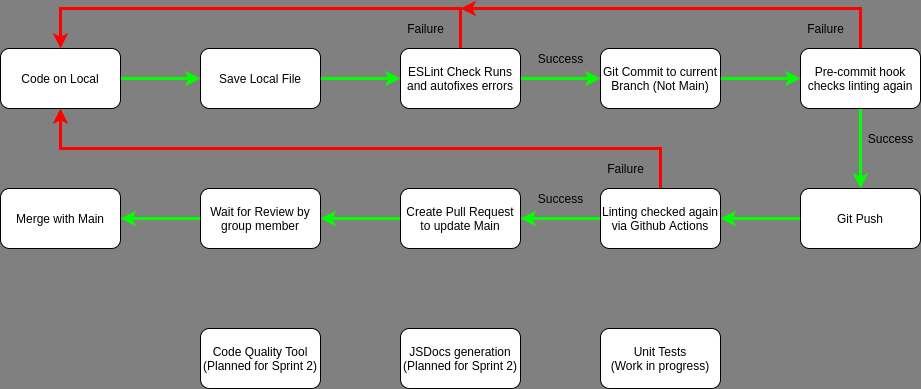
Earlier version of the draw.io export admin/cipipeline/phase1.drawio.png (cse110-sp21-group25/cse110-sp21-group25). Source tidied: cells renumbered, new cells last; positions are measured from the earlier drawing's top-left corner, leaving out a move shared by most shapes.
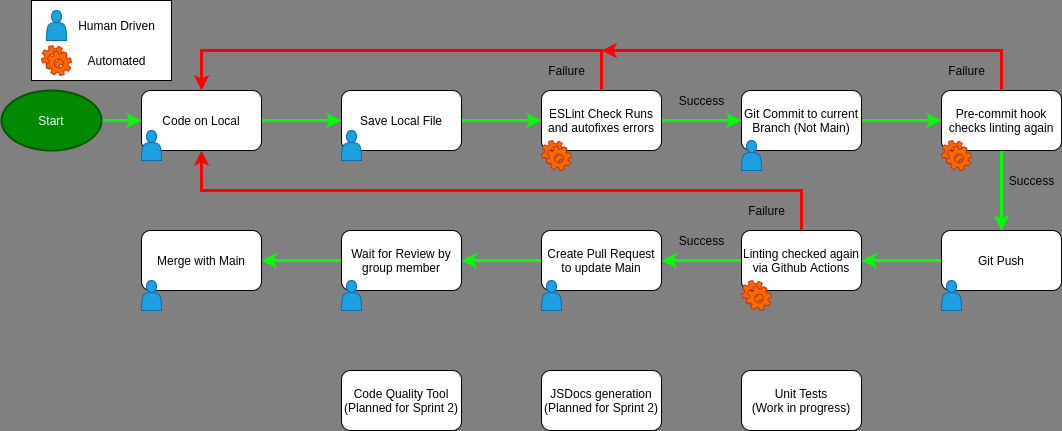
After the commit.

Commit message:
Updated diagram to include human driven and automated tasks

What changed in the source:
```diff
@@ -105,5 +105,59 @@
     <mxCell id="32" value="Unit Tests&lt;br&gt;(Work in progress)" style="rounded=1;whiteSpace=wrap;html=1;" parent="1" vertex="1">
       <mxGeometry x="600" y="320" width="120" height="60" as="geometry" />
     </mxCell>
+    <mxCell id="33" style="shape=actor;whiteSpace=wrap;html=1;fillColor=#1ba1e2;strokeColor=#006EAF;fontColor=#ffffff;" parent="1" vertex="1">
+      <mxGeometry y="80" width="20" height="30" as="geometry" />
+    </mxCell>
+    <mxCell id="34" style="shape=actor;whiteSpace=wrap;html=1;fillColor=#1ba1e2;strokeColor=#006EAF;fontColor=#ffffff;" parent="1" vertex="1">
+      <mxGeometry x="200" y="80" width="20" height="30" as="geometry" />
+    </mxCell>
+    <mxCell id="35" style="shape=actor;whiteSpace=wrap;html=1;fillColor=#1ba1e2;strokeColor=#006EAF;fontColor=#ffffff;" parent="1" vertex="1">
+      <mxGeometry x="800" y="230" width="20" height="30" as="geometry" />
+    </mxCell>
+    <mxCell id="36" style="shape=actor;whiteSpace=wrap;html=1;fillColor=#1ba1e2;strokeColor=#006EAF;fontColor=#ffffff;" parent="1" vertex="1">
+      <mxGeometry x="400" y="230" width="20" height="30" as="geometry" />
+    </mxCell>
+    <mxCell id="37" style="shape=actor;whiteSpace=wrap;html=1;fillColor=#1ba1e2;strokeColor=#006EAF;fontColor=#ffffff;" parent="1" vertex="1">
+      <mxGeometry x="200" y="230" width="20" height="30" as="geometry" />
+    </mxCell>
+    <mxCell id="38" style="shape=actor;whiteSpace=wrap;html=1;fillColor=#1ba1e2;strokeColor=#006EAF;fontColor=#ffffff;" parent="1" vertex="1">
+      <mxGeometry y="230" width="20" height="30" as="geometry" />
+    </mxCell>
+    <mxCell id="39" style="shape=mxgraph.bpmn.service_task;html=1;fillColor=#fa6800;strokeColor=#C73500;fontColor=#ffffff;" parent="1" vertex="1">
+      <mxGeometry x="400" y="90" width="30" height="30" as="geometry" />
+    </mxCell>
+    <mxCell id="40" style="shape=mxgraph.bpmn.service_task;html=1;fillColor=#fa6800;strokeColor=#C73500;fontColor=#ffffff;" parent="1" vertex="1">
+      <mxGeometry x="600" y="230" width="30" height="30" as="geometry" />
+    </mxCell>
+    <mxCell id="41" style="shape=actor;whiteSpace=wrap;html=1;fillColor=#1ba1e2;strokeColor=#006EAF;fontColor=#ffffff;" parent="1" vertex="1">
+      <mxGeometry x="600" y="90" width="20" height="30" as="geometry" />
+    </mxCell>
+    <mxCell id="42" style="edgeStyle=orthogonalEdgeStyle;rounded=0;jettySize=auto;html=1;exitX=1;exitY=0.5;exitDx=0;exitDy=0;exitPerimeter=0;entryX=0;entryY=0.5;entryDx=0;entryDy=0;strokeWidth=3;fillColor=#008a00;strokeColor=#00FF00;" parent="1" edge="1" source="43" target="3">
+      <mxGeometry relative="1" as="geometry" />
+    </mxCell>
+    <mxCell id="43" value="Start" style="strokeWidth=2;html=1;shape=mxgraph.flowchart.start_1;whiteSpace=wrap;fillColor=#008a00;strokeColor=#005700;fontColor=#ffffff;" parent="1" vertex="1">
+      <mxGeometry x="-140" y="40" width="100" height="60" as="geometry" />
+    </mxCell>
+    <mxCell id="44" style="group;" parent="1" vertex="1">
+      <mxGeometry x="-110" y="-50" width="140" height="80" as="geometry" />
+    </mxCell>
+    <mxCell id="45" style="rounded=0;whiteSpace=wrap;html=1;" parent="44" vertex="1">
+      <mxGeometry width="140" height="80" as="geometry" />
+    </mxCell>
+    <mxCell id="46" style="shape=actor;whiteSpace=wrap;html=1;fillColor=#1ba1e2;strokeColor=#006EAF;fontColor=#ffffff;" parent="44" vertex="1">
+      <mxGeometry x="15" y="10" width="20" height="30" as="geometry" />
+    </mxCell>
+    <mxCell id="47" style="shape=mxgraph.bpmn.service_task;html=1;fillColor=#fa6800;strokeColor=#C73500;fontColor=#ffffff;" parent="44" vertex="1">
+      <mxGeometry x="10" y="45" width="30" height="30" as="geometry" />
+    </mxCell>
+    <mxCell id="48" value="Human Driven" style="text;html=1;align=center;verticalAlign=middle;" parent="44" vertex="1">
+      <mxGeometry x="40" y="15" width="90" height="20" as="geometry" />
+    </mxCell>
+    <mxCell id="49" value="Automated" style="text;html=1;align=center;verticalAlign=middle;" parent="44" vertex="1">
+      <mxGeometry x="50" y="50" width="70" height="20" as="geometry" />
+    </mxCell>
+    <mxCell id="50" style="shape=mxgraph.bpmn.service_task;html=1;fillColor=#fa6800;strokeColor=#C73500;fontColor=#ffffff;" parent="1" vertex="1">
+      <mxGeometry x="800" y="90" width="30" height="30" as="geometry" />
+    </mxCell>
   </root>
 </mxGraphModel>
```
